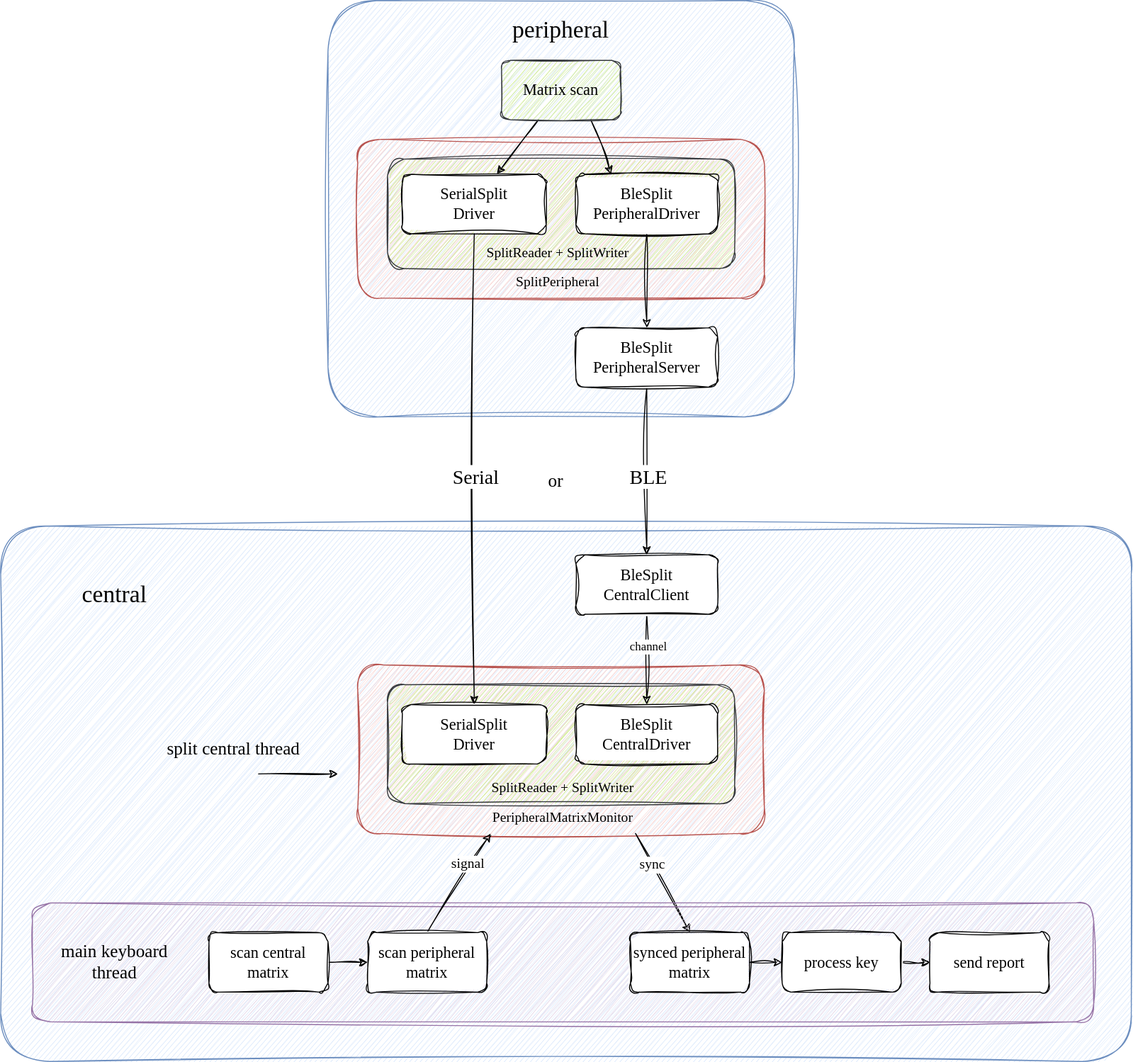
Above: docs/src/images/split_keyboard.svg in HaoboGu/rmk (draw.io), before the change. Source tidied: cells renumbered, new cells last; positions are measured from the earlier drawing's top-left corner, leaving out a move shared by most shapes.
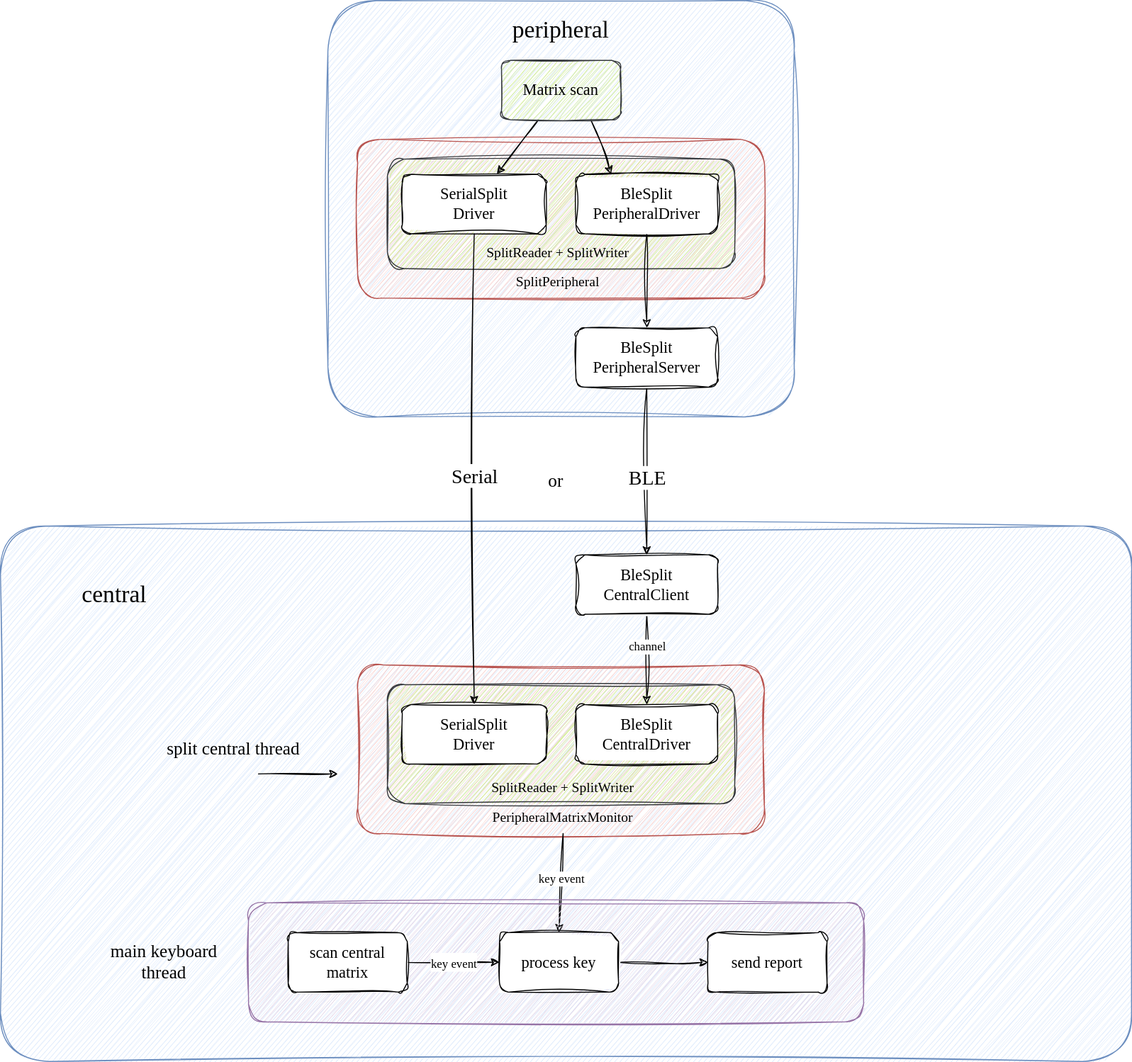
After the change.

The edit, as a diff of the source:
```diff
@@ -86,54 +86,35 @@
     <mxCell id="27" value="SplitPeripheral" style="text;html=1;strokeColor=none;fillColor=none;align=center;verticalAlign=middle;whiteSpace=wrap;rounded=0;sketch=1;hachureGap=4;jiggle=2;curveFitting=1;fontFamily=Verdana;fontSize=14;" parent="1" vertex="1">
       <mxGeometry x="415.7" y="270.3" width="292.1" height="30" as="geometry" />
     </mxCell>
-    <mxCell id="28" style="edgeStyle=none;sketch=1;hachureGap=4;jiggle=2;curveFitting=1;html=1;exitX=0.75;exitY=1;exitDx=0;exitDy=0;entryX=0.5;entryY=0;entryDx=0;entryDy=0;fontFamily=Verdana;fontSize=14;" parent="1" edge="1" source="30" target="38">
-      <mxGeometry relative="1" as="geometry" />
-    </mxCell>
-    <mxCell id="29" value="sync" style="edgeLabel;html=1;align=center;verticalAlign=middle;fontSize=14;fontFamily=Verdana;" parent="28" vertex="1">
-      <mxGeometry x="-0.38" relative="1" as="geometry">
-        <mxPoint x="-1" as="offset" />
-      </mxGeometry>
-    </mxCell>
+    <mxCell id="47" style="edgeStyle=none;sketch=1;hachureGap=4;jiggle=2;curveFitting=1;html=1;exitX=0.5;exitY=1;exitDx=0;exitDy=0;entryX=0.5;entryY=0;entryDx=0;entryDy=0;fontFamily=Architects Daughter;fontSource=https%3A%2F%2Ffonts.googleapis.com%2Fcss%3Ffamily%3DArchitects%2BDaughter;fontSize=16;" parent="1" edge="1" source="30" target="40">
+      <mxGeometry relative="1" as="geometry" />
+    </mxCell>
+    <mxCell id="48" value="key event&amp;nbsp;" style="edgeLabel;html=1;align=center;verticalAlign=middle;fontSize=12;fontFamily=Verdana;" parent="47" vertex="1">
+      <mxGeometry x="-0.1" y="1" relative="1" as="geometry" />
+    </mxCell>
     <mxCell id="30" value="PeripheralMatrixMonitor" style="text;html=1;strokeColor=none;fillColor=none;align=center;verticalAlign=middle;whiteSpace=wrap;rounded=0;sketch=1;hachureGap=4;jiggle=2;curveFitting=1;fontFamily=Verdana;fontSize=14;" parent="1" vertex="1">
       <mxGeometry x="421" y="810" width="292.1" height="30" as="geometry" />
     </mxCell>
     <mxCell id="31" style="rounded=1;whiteSpace=wrap;html=1;sketch=1;hachureGap=4;jiggle=2;curveFitting=1;fontFamily=Architects Daughter;fontSource=https%3A%2F%2Ffonts.googleapis.com%2Fcss%3Ffamily%3DArchitects%2BDaughter;fontSize=16;fillColor=#e1d5e7;strokeColor=#9673a6;" parent="1" vertex="1">
-      <mxGeometry x="32.1" y="910" width="1070" height="120" as="geometry" />
+      <mxGeometry x="250" y="910" width="620" height="120" as="geometry" />
     </mxCell>
-    <mxCell id="32" style="edgeStyle=none;sketch=1;hachureGap=4;jiggle=2;curveFitting=1;html=1;fontFamily=Verdana;fontSize=14;" parent="1" edge="1" source="33" target="36">
-      <mxGeometry relative="1" as="geometry" />
-    </mxCell>
+    <mxCell id="49" value="&lt;font face=&quot;Verdana&quot; style=&quot;font-size: 12px;&quot;&gt;key event&lt;/font&gt;" style="edgeStyle=none;sketch=1;hachureGap=4;jiggle=2;curveFitting=1;html=1;fontFamily=Architects Daughter;fontSource=https%3A%2F%2Ffonts.googleapis.com%2Fcss%3Ffamily%3DArchitects%2BDaughter;fontSize=16;" parent="1" edge="1" source="33" target="40">
+      <mxGeometry relative="1" as="geometry" />
+    </mxCell>
     <mxCell id="33" value="&lt;font face=&quot;Verdana&quot;&gt;scan central matrix&lt;/font&gt;" style="rounded=1;whiteSpace=wrap;html=1;sketch=1;hachureGap=4;jiggle=2;curveFitting=1;fontFamily=Architects Daughter;fontSource=https%3A%2F%2Ffonts.googleapis.com%2Fcss%3Ffamily%3DArchitects%2BDaughter;fontSize=16;" parent="1" vertex="1">
-      <mxGeometry x="210" y="940" width="120" height="60" as="geometry" />
+      <mxGeometry x="290" y="940" width="120" height="60" as="geometry" />
     </mxCell>
-    <mxCell id="34" style="edgeStyle=none;sketch=1;hachureGap=4;jiggle=2;curveFitting=1;html=1;exitX=0.5;exitY=0;exitDx=0;exitDy=0;entryX=0.25;entryY=1;entryDx=0;entryDy=0;fontFamily=Verdana;fontSize=14;" parent="1" edge="1" source="36" target="30">
-      <mxGeometry relative="1" as="geometry" />
-    </mxCell>
-    <mxCell id="35" value="signal" style="edgeLabel;html=1;align=center;verticalAlign=middle;fontSize=14;fontFamily=Verdana;" parent="34" vertex="1">
-      <mxGeometry x="0.17" relative="1" as="geometry">
-        <mxPoint x="3" y="-12" as="offset" />
-      </mxGeometry>
-    </mxCell>
-    <mxCell id="36" value="&lt;font face=&quot;Verdana&quot;&gt;scan peripheral matrix&lt;/font&gt;" style="rounded=1;whiteSpace=wrap;html=1;sketch=1;hachureGap=4;jiggle=2;curveFitting=1;fontFamily=Architects Daughter;fontSource=https%3A%2F%2Ffonts.googleapis.com%2Fcss%3Ffamily%3DArchitects%2BDaughter;fontSize=16;" parent="1" vertex="1">
-      <mxGeometry x="370" y="940" width="120" height="60" as="geometry" />
-    </mxCell>
-    <mxCell id="37" style="edgeStyle=none;sketch=1;hachureGap=4;jiggle=2;curveFitting=1;html=1;fontFamily=Verdana;fontSize=14;" parent="1" edge="1" source="38" target="40">
-      <mxGeometry relative="1" as="geometry" />
-    </mxCell>
-    <mxCell id="38" value="&lt;font face=&quot;Verdana&quot;&gt;synced peripheral matrix&lt;/font&gt;" style="rounded=1;whiteSpace=wrap;html=1;sketch=1;hachureGap=4;jiggle=2;curveFitting=1;fontFamily=Architects Daughter;fontSource=https%3A%2F%2Ffonts.googleapis.com%2Fcss%3Ffamily%3DArchitects%2BDaughter;fontSize=16;" parent="1" vertex="1">
-      <mxGeometry x="635" y="940" width="120" height="60" as="geometry" />
-    </mxCell>
     <mxCell id="39" style="edgeStyle=none;sketch=1;hachureGap=4;jiggle=2;curveFitting=1;html=1;fontFamily=Verdana;fontSize=14;" parent="1" edge="1" source="40" target="41">
       <mxGeometry relative="1" as="geometry" />
     </mxCell>
     <mxCell id="40" value="&lt;font face=&quot;Verdana&quot;&gt;process key&lt;/font&gt;" style="rounded=1;whiteSpace=wrap;html=1;sketch=1;hachureGap=4;jiggle=2;curveFitting=1;fontFamily=Architects Daughter;fontSource=https%3A%2F%2Ffonts.googleapis.com%2Fcss%3Ffamily%3DArchitects%2BDaughter;fontSize=16;" parent="1" vertex="1">
-      <mxGeometry x="788" y="940" width="120" height="60" as="geometry" />
+      <mxGeometry x="503" y="940" width="120" height="60" as="geometry" />
     </mxCell>
     <mxCell id="41" value="&lt;font face=&quot;Verdana&quot;&gt;send report&lt;br&gt;&lt;/font&gt;" style="rounded=1;whiteSpace=wrap;html=1;sketch=1;hachureGap=4;jiggle=2;curveFitting=1;fontFamily=Architects Daughter;fontSource=https%3A%2F%2Ffonts.googleapis.com%2Fcss%3Ffamily%3DArchitects%2BDaughter;fontSize=16;" parent="1" vertex="1">
-      <mxGeometry x="937" y="940" width="120" height="60" as="geometry" />
+      <mxGeometry x="713.1" y="940" width="120" height="60" as="geometry" />
     </mxCell>
     <mxCell id="42" value="&lt;font style=&quot;font-size: 18px;&quot;&gt;main keyboard thread&lt;/font&gt;" style="text;html=1;strokeColor=none;fillColor=none;align=center;verticalAlign=middle;whiteSpace=wrap;rounded=0;sketch=1;hachureGap=4;jiggle=2;curveFitting=1;fontFamily=Verdana;fontSize=14;" parent="1" vertex="1">
-      <mxGeometry x="40" y="955" width="150" height="30" as="geometry" />
+      <mxGeometry x="90" y="955" width="150" height="30" as="geometry" />
     </mxCell>
     <mxCell id="43" value="central" style="text;html=1;strokeColor=none;fillColor=none;align=center;verticalAlign=middle;whiteSpace=wrap;rounded=0;sketch=1;hachureGap=4;jiggle=2;curveFitting=1;fontFamily=Verdana;fontSize=24;" parent="1" vertex="1">
       <mxGeometry x="85" y="578.7" width="60" height="40.3" as="geometry" />
```
